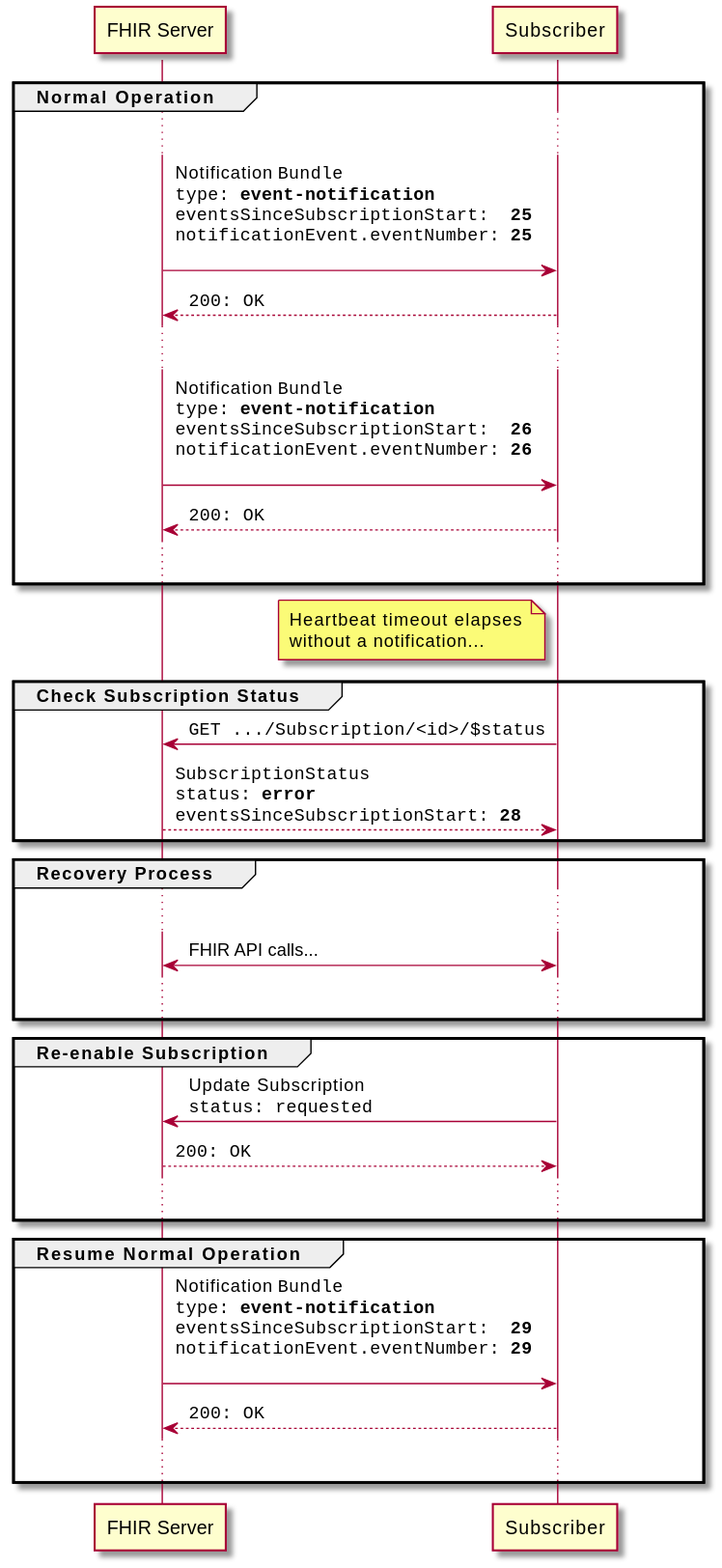
jmandel/autofhir keeps this PlantUML diagram as images/subscriptions/subscription-error-no-communication.svg. Above is the earlier version. Source of this version:
```plantuml
@startuml
skinparam NoteTextAlignment left
skinparam Padding 2
skinparam ParticipantPadding 50
skinparam LifelineStrategy solid

participant "FHIR Server" as S
participant Subscriber    as C

group Normal Operation
  ...
  S -> C: Notification ""Bundle""\n""type: **event-notification**""\n""eventsSinceSubscriptionStart:  **25**""\n""notificationEvent.eventNumber: **25**""\n
  return ""200: OK""
  ...
  S -> C: Notification ""Bundle""\n""type: **event-notification**""\n""eventsSinceSubscriptionStart:  **26**""\n""notificationEvent.eventNumber: **26**""\n
  return ""200: OK""
  ...
end

note left of C
  Heartbeat timeout elapses
  without a notification...
end note

group Check Subscription Status
  C -> S: ""GET .../Subscription/<id>/$status""
  return ""SubscriptionStatus""\n""status: **error**""\n""eventsSinceSubscriptionStart: **28**""
end

group Recovery Process
  ...
  C <-> S: FHIR API calls...
  ...
end

group Re-enable Subscription
  C -> S:Update Subscription\n""status: requested""
  return ""200: OK""
  ...
end

group Resume Normal Operation
  S -> C: Notification ""Bundle""\n""type: **event-notification**""\n""eventsSinceSubscriptionStart:  **29**""\n""notificationEvent.eventNumber: **29**""\n
  return ""200: OK""
  ...
end
@enduml
```
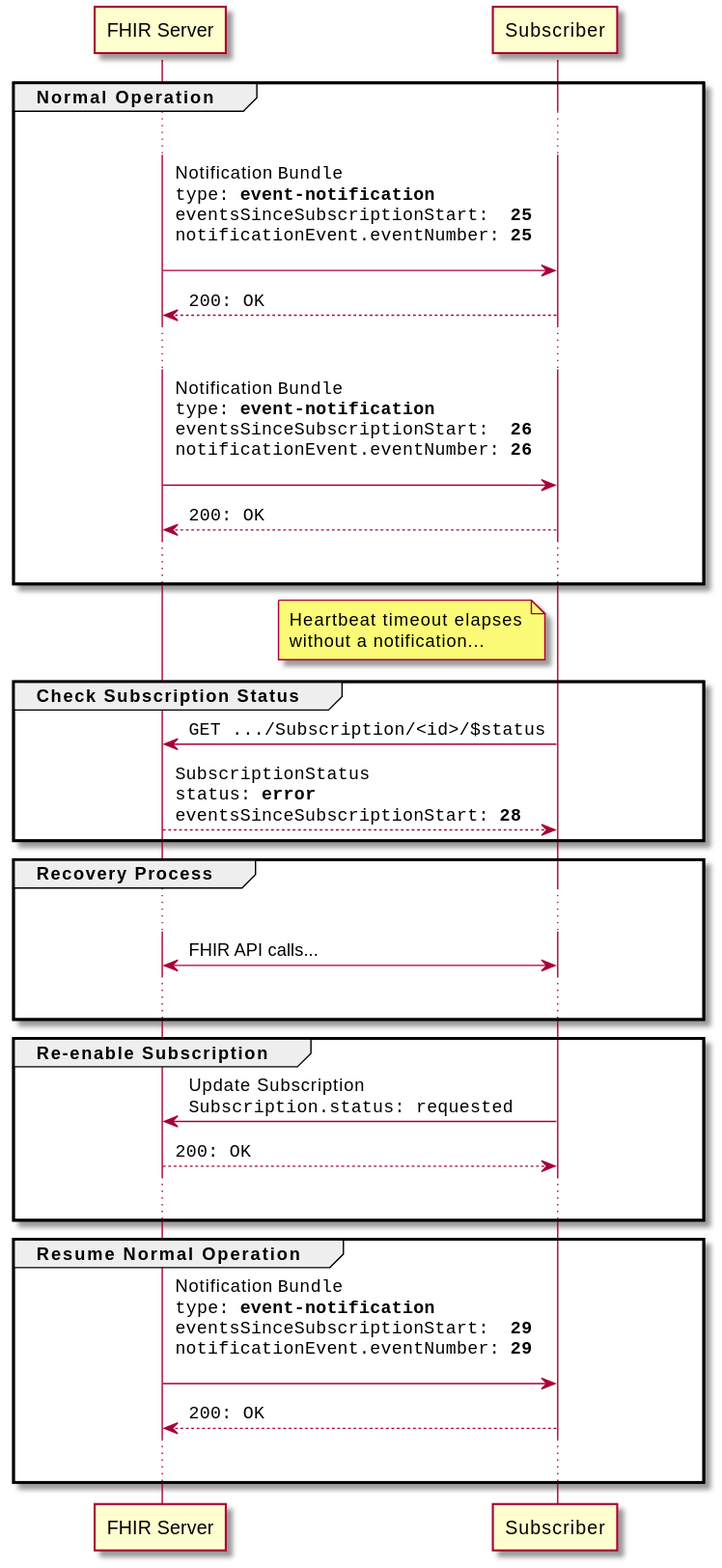
Later version of the same file.

Commit message:
FHIR-47287: Clarify Subscription status diagram labels

The edit, as a diff of the source:
```diff
@@ -34,7 +34,7 @@
 end
 
 group Re-enable Subscription
-  C -> S:Update Subscription\n""status: requested""
+  C -> S:Update Subscription\n""Subscription.status: requested""
   return ""200: OK""
   ...
 end
```
